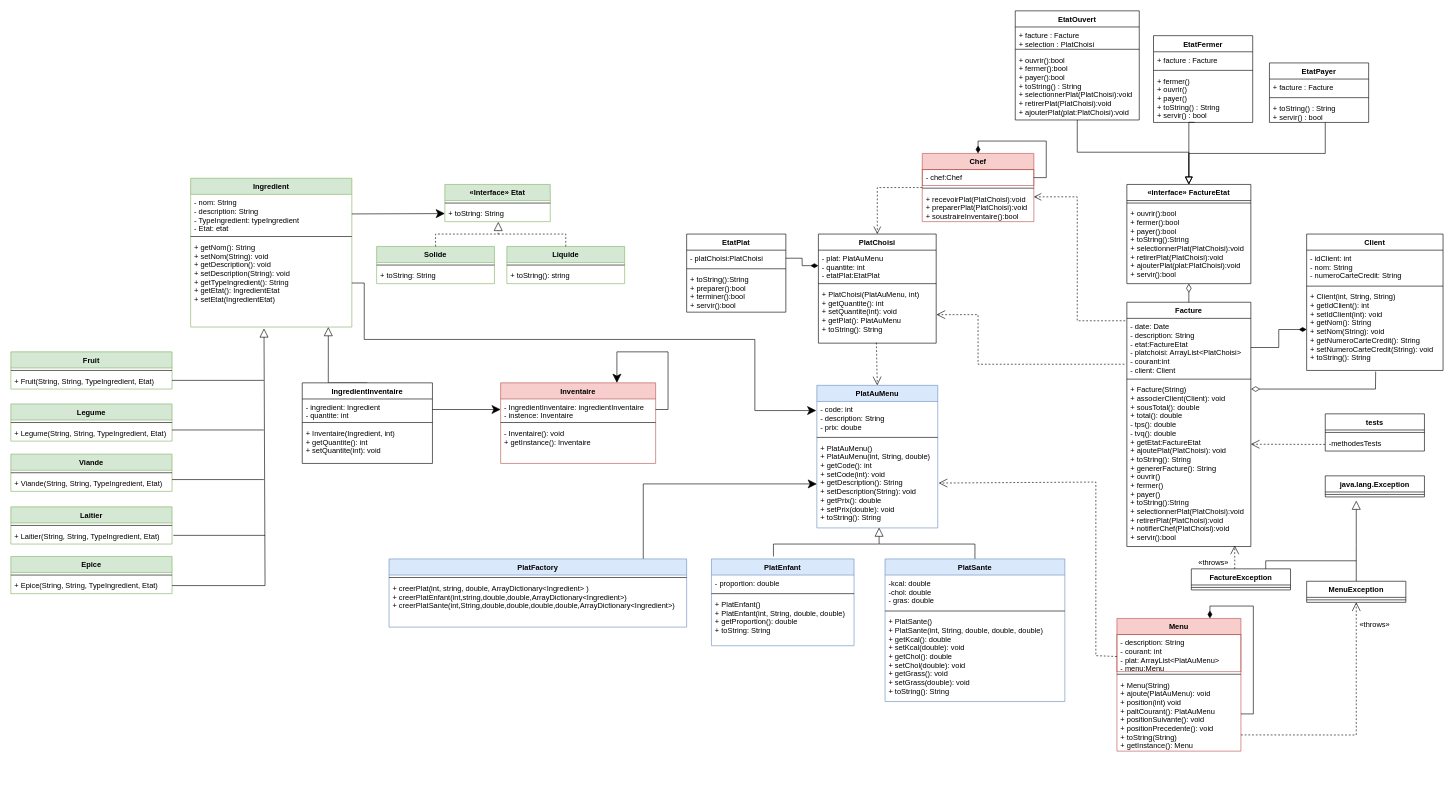
Earlier version of the draw.io diagram page "Page-1" (1 of 2) of MenuFact02.drawio (TaupePoilue/MenuFact02). Source tidied: cells renumbered, new cells numbered last; positions are measured from the earlier drawing's top-left corner, leaving out a move shared by most shapes. Both pictures are drawn from the tidied source at 62%, with x=0, y=0 at pixel (11, 11).
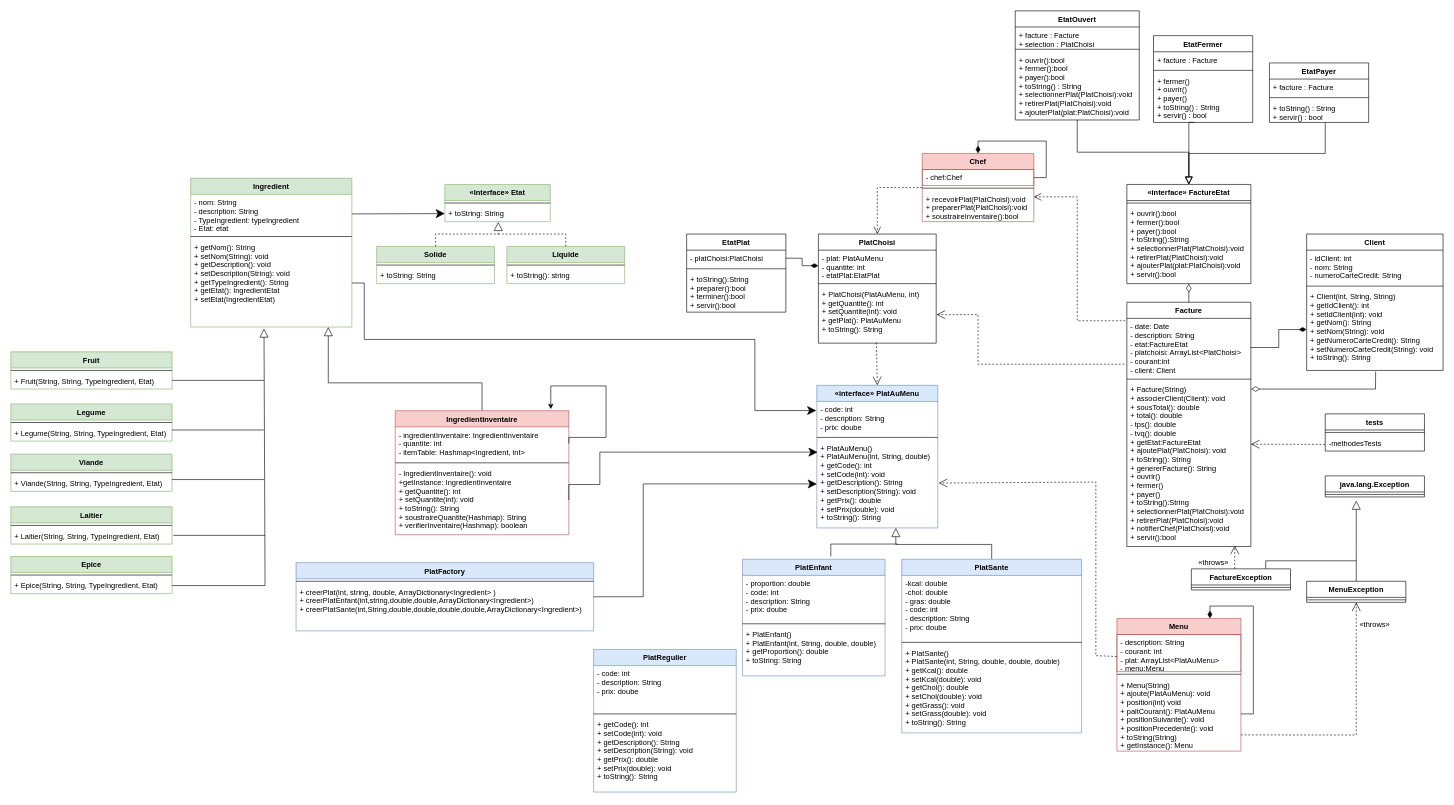
The same diagram, later.

The change refers to these unchanged cells:
```xml
<mxCell id="33" value="+ PlatAuMenu()&#10;+ PlatAuMenu(int, String, double)&#10;+ getCode(): int&#10;+ setCode(int): void&#10;+ getDescription(): String&#10;+ setDescription(String): void&#10;+ getPrix(): double&#10;+ setPrix(double): void&#10;+ toString(): String&#10;" style="text;strokeColor=none;fillColor=none;align=left;verticalAlign=top;spacingLeft=4;spacingRight=4;overflow=hidden;points=[[0,0.5],[1,0.5]];portConstraint=eastwest;" parent="30" vertex="1">
  <mxGeometry y="88" width="195" height="142" as="geometry" />
</mxCell>
```

Diff of the diagram source:
```diff
@@
-    <mxCell id="30" value="PlatAuMenu" style="swimlane;fontStyle=1;align=center;verticalAlign=top;horizontal=1;startSize=26;fillColor=#dae8fc;strokeColor=#6c8ebf;" parent="1" vertex="1">
+    <mxCell id="30" value="«interface» PlatAuMenu" style="swimlane;fontStyle=1;align=center;verticalAlign=top;horizontal=1;startSize=26;fillColor=#dae8fc;strokeColor=#6c8ebf;" parent="1" vertex="1">
       <mxGeometry x="1300" y="604" width="195" height="230" as="geometry" />
     </mxCell>
@@
     <mxCell id="34" value="PlatEnfant" style="swimlane;fontStyle=1;align=center;verticalAlign=top;horizontal=1;startSize=26;fillColor=#dae8fc;strokeColor=#6c8ebf;" parent="1" vertex="1">
-      <mxGeometry x="1130" y="884" width="230" height="140" as="geometry" />
+      <mxGeometry x="1180" y="884.6" width="230" height="188" as="geometry" />
     </mxCell>
-    <mxCell id="35" value="- proportion: double" style="text;strokeColor=none;fillColor=none;align=left;verticalAlign=top;spacingLeft=4;spacingRight=4;overflow=hidden;" parent="34" vertex="1">
-      <mxGeometry y="26" width="230" height="26" as="geometry" />
+    <mxCell id="35" value="- proportion: double&#10;- code: int&#10;- description: String&#10;- prix: doube&#10;" style="text;strokeColor=none;fillColor=none;align=left;verticalAlign=top;spacingLeft=4;spacingRight=4;overflow=hidden;" parent="34" vertex="1">
+      <mxGeometry y="26" width="230" height="74" as="geometry" />
     </mxCell>
     <mxCell id="36" style="line;strokeWidth=1;fillColor=none;align=left;verticalAlign=middle;spacingTop=-1;spacingLeft=3;spacingRight=3;labelPosition=right;" parent="34" vertex="1">
-      <mxGeometry y="52" width="230" height="8" as="geometry" />
+      <mxGeometry y="100" width="230" height="8" as="geometry" />
     </mxCell>
     <mxCell id="37" value="+ PlatEnfant()&#10;+ PlatEnfant(int, String, double, double)&#10;+ getProportion(): double&#10;+ toString: String" style="text;strokeColor=none;fillColor=none;align=left;verticalAlign=top;spacingLeft=4;spacingRight=4;overflow=hidden;" parent="34" vertex="1">
-      <mxGeometry y="60" width="230" height="80" as="geometry" />
+      <mxGeometry y="108" width="230" height="80" as="geometry" />
     </mxCell>
-    <mxCell id="38" style="edgeStyle=orthogonalEdgeStyle;rounded=0;jettySize=auto;html=1;exitX=0.5;exitY=0;exitDx=0;exitDy=0;entryX=0.515;entryY=0.996;entryDx=0;entryDy=0;entryPerimeter=0;endArrow=block;endFill=0;endSize=12;" parent="1" edge="1" source="39" target="33">
+    <mxCell id="38" style="edgeStyle=orthogonalEdgeStyle;rounded=0;jettySize=auto;html=1;exitX=0.5;exitY=0;exitDx=0;exitDy=0;entryX=0.515;entryY=0.996;entryDx=0;entryDy=0;entryPerimeter=0;endArrow=block;endFill=0;endSize=12;" parent="1" edge="1" source="39">
       <mxGeometry relative="1" as="geometry">
+        <mxPoint x="1427.4" y="834" as="targetPoint" />
         <Array as="points">
-          <mxPoint x="1555" y="860" />
-          <mxPoint x="1400" y="860" />
+          <mxPoint x="1582" y="860.6" />
+          <mxPoint x="1427" y="860.6" />
         </Array>
       </mxGeometry>
     </mxCell>
     <mxCell id="39" value="PlatSante" style="swimlane;fontStyle=1;align=center;verticalAlign=top;horizontal=1;startSize=26;fillColor=#dae8fc;strokeColor=#6c8ebf;" parent="1" vertex="1">
-      <mxGeometry x="1410" y="884" width="290" height="230" as="geometry" />
+      <mxGeometry x="1437" y="884.6" width="290" height="280" as="geometry" />
     </mxCell>
-    <mxCell id="40" value="-kcal: double&#10;-chol: double&#10;- gras: double" style="text;strokeColor=none;fillColor=none;align=left;verticalAlign=top;spacingLeft=4;spacingRight=4;overflow=hidden;" parent="39" vertex="1">
-      <mxGeometry y="26" width="290" height="54" as="geometry" />
+    <mxCell id="40" value="-kcal: double&#10;-chol: double&#10;- gras: double&#10;- code: int&#10;- description: String&#10;- prix: doube&#10;" style="text;strokeColor=none;fillColor=none;align=left;verticalAlign=top;spacingLeft=4;spacingRight=4;overflow=hidden;" parent="39" vertex="1">
+      <mxGeometry y="26" width="290" height="104" as="geometry" />
     </mxCell>
     <mxCell id="41" style="line;strokeWidth=1;fillColor=none;align=left;verticalAlign=middle;spacingTop=-1;spacingLeft=3;spacingRight=3;labelPosition=right;" parent="39" vertex="1">
-      <mxGeometry y="80" width="290" height="8" as="geometry" />
+      <mxGeometry y="130" width="290" height="8" as="geometry" />
     </mxCell>
     <mxCell id="42" value="+ PlatSante()&#10;+ PlatSante(int, String, double, double, double)&#10;+ getKcal(): double&#10;+ setKcal(double): void&#10;+ getChol(): double&#10;+ setChol(double): void&#10;+ getGrass(): void&#10;+ setGrass(double): void&#10;+ toString(): String" style="text;strokeColor=none;fillColor=none;align=left;verticalAlign=top;spacingLeft=4;spacingRight=4;overflow=hidden;" parent="39" vertex="1">
-      <mxGeometry y="88" width="290" height="142" as="geometry" />
+      <mxGeometry y="138" width="290" height="142" as="geometry" />
     </mxCell>
@@
     <mxCell id="44" style="endArrow=none;html=1;endSize=12;rounded=0;" parent="1" edge="1">
       <mxGeometry relative="1" as="geometry">
-        <mxPoint x="1230" y="880" as="sourcePoint" />
-        <mxPoint x="1400" y="860" as="targetPoint" />
+        <mxPoint x="1322.5" y="880" as="sourcePoint" />
+        <mxPoint x="1430" y="860" as="targetPoint" />
         <Array as="points">
-          <mxPoint x="1230" y="860" />
+          <mxPoint x="1322.5" y="860" />
         </Array>
       </mxGeometry>
     </mxCell>
@@
-    <mxCell id="105" value="IngredientInventaire" style="swimlane;fontStyle=1;align=center;verticalAlign=top;horizontal=1;startSize=26;" parent="1" vertex="1">
-      <mxGeometry x="470" y="600" width="210" height="130" as="geometry" />
+    <mxCell id="105" value="IngredientInventaire" style="swimlane;fontStyle=1;align=center;verticalAlign=top;horizontal=1;startSize=26;fillColor=#f8cecc;strokeColor=#b85450;" parent="1" vertex="1">
+      <mxGeometry x="620" y="645" width="280" height="200" as="geometry" />
     </mxCell>
+    <mxCell id="137" style="edgeStyle=orthogonalEdgeStyle;rounded=0;jettySize=auto;html=1;exitX=1;exitY=0.5;exitDx=0;exitDy=0;entryX=0.896;entryY=-0.013;entryDx=0;entryDy=0;entryPerimeter=0;" parent="105" edge="1" source="106" target="105">
+      <mxGeometry relative="1" as="geometry">
+        <Array as="points">
+          <mxPoint x="280" y="43" />
+          <mxPoint x="340" y="43" />
+          <mxPoint x="340" y="-40" />
+          <mxPoint x="251" y="-40" />
+        </Array>
+      </mxGeometry>
+    </mxCell>
-    <mxCell id="106" value="- ingredient: Ingredient&#10;- quantite: int" style="text;strokeColor=none;fillColor=none;align=left;verticalAlign=top;spacingLeft=4;spacingRight=4;overflow=hidden;points=[[0,0.5],[1,0.5]];portConstraint=eastwest;" parent="105" vertex="1">
-      <mxGeometry y="26" width="210" height="34" as="geometry" />
+    <mxCell id="106" value="- ingredientInventaire: IngredientInventaire&#10;- quantite: int&#10;- itemTable: Hashmap&lt;Ingredient, int&gt;" style="text;strokeColor=none;fillColor=none;align=left;verticalAlign=top;spacingLeft=4;spacingRight=4;overflow=hidden;points=[[0,0.5],[1,0.5]];portConstraint=eastwest;" parent="105" vertex="1">
+      <mxGeometry y="26" width="280" height="54" as="geometry" />
     </mxCell>
     <mxCell id="107" style="line;strokeWidth=1;fillColor=none;align=left;verticalAlign=middle;spacingTop=-1;spacingLeft=3;spacingRight=3;labelPosition=right;" parent="105" vertex="1">
-      <mxGeometry y="60" width="210" height="8" as="geometry" />
+      <mxGeometry y="80" width="280" height="8" as="geometry" />
     </mxCell>
-    <mxCell id="108" value="+ Inventaire(Ingredient, int)&#10;+ getQuantite(): int&#10;+ setQuantite(int): void&#10;" style="text;strokeColor=none;fillColor=none;align=left;verticalAlign=top;spacingLeft=4;spacingRight=4;overflow=hidden;points=[[0,0.5],[1,0.5]];portConstraint=eastwest;" parent="105" vertex="1">
-      <mxGeometry y="68" width="210" height="62" as="geometry" />
+    <mxCell id="108" value="- IngredientInventaire(): void&#10;+getInstance: IngredientInventaire&#10;+ getQuantite(): int&#10;+ setQuantite(int): void&#10;+ toString(): String&#10;+ soustraireQuantite(Hashmap): String&#10;+ verifierInventaire(Hashmap): boolean" style="text;strokeColor=none;fillColor=none;align=left;verticalAlign=top;spacingLeft=4;spacingRight=4;overflow=hidden;points=[[0,0.5],[1,0.5]];portConstraint=eastwest;" parent="105" vertex="1">
+      <mxGeometry y="88" width="280" height="112" as="geometry" />
     </mxCell>
@@
     <mxCell id="127" value="PlatFactory" style="swimlane;fontStyle=1;align=center;verticalAlign=top;horizontal=1;startSize=26;fillColor=#dae8fc;strokeColor=#6c8ebf;" parent="1" vertex="1">
-      <mxGeometry x="610" y="884" width="480" height="110" as="geometry" />
+      <mxGeometry x="460" y="890" width="480" height="110" as="geometry" />
     </mxCell>
@@
-    <mxCell id="131" value="Inventaire" style="swimlane;fontStyle=1;align=center;verticalAlign=top;horizontal=1;startSize=26;fillColor=#f8cecc;strokeColor=#b85450;" parent="1" vertex="1">
-      <mxGeometry x="790" y="600" width="250" height="130" as="geometry" />
-    </mxCell>
-    <mxCell id="132" style="edgeStyle=orthogonalEdgeStyle;rounded=0;jettySize=auto;html=1;exitX=1;exitY=0.5;exitDx=0;exitDy=0;entryX=0.75;entryY=0;entryDx=0;entryDy=0;endArrow=classic;endFill=1;endSize=12;" parent="131" edge="1" source="133" target="131">
-      <mxGeometry relative="1" as="geometry">
-        <Array as="points">
-          <mxPoint x="270" y="43" />
-          <mxPoint x="270" y="-50" />
-          <mxPoint x="188" y="-50" />
-        </Array>
-      </mxGeometry>
-    </mxCell>
-    <mxCell id="133" value="- IngredientInventaire: ingredientInventaire&#10;- instence: Inventaire" style="text;strokeColor=none;fillColor=none;align=left;verticalAlign=top;spacingLeft=4;spacingRight=4;overflow=hidden;points=[[0,0.5],[1,0.5]];portConstraint=eastwest;" parent="131" vertex="1">
-      <mxGeometry y="26" width="250" height="34" as="geometry" />
-    </mxCell>
-    <mxCell id="134" style="line;strokeWidth=1;fillColor=none;align=left;verticalAlign=middle;spacingTop=-1;spacingLeft=3;spacingRight=3;labelPosition=right;" parent="131" vertex="1">
-      <mxGeometry y="60" width="250" height="8" as="geometry" />
-    </mxCell>
-    <mxCell id="135" value="- Inventaire(): void&#10;+ getInstance(): Inventaire" style="text;strokeColor=none;fillColor=none;align=left;verticalAlign=top;spacingLeft=4;spacingRight=4;overflow=hidden;" parent="131" vertex="1">
-      <mxGeometry y="68" width="250" height="62" as="geometry" />
-    </mxCell>
-    <mxCell id="136" style="edgeStyle=orthogonalEdgeStyle;rounded=0;jettySize=auto;html=1;exitX=1;exitY=0.5;exitDx=0;exitDy=0;entryX=0;entryY=0.5;entryDx=0;entryDy=0;endArrow=classic;endFill=1;endSize=12;" parent="1" edge="1" source="106" target="133">
-      <mxGeometry relative="1" as="geometry" />
-    </mxCell>
+    <mxCell id="138" style="edgeStyle=orthogonalEdgeStyle;rounded=0;jettySize=auto;html=1;exitX=1;exitY=0.5;exitDx=0;exitDy=0;entryX=0.006;entryY=0.139;entryDx=0;entryDy=0;entryPerimeter=0;endArrow=classic;endFill=1;endSize=12;" parent="1" edge="1" source="108" target="33">
+      <mxGeometry relative="1" as="geometry">
+        <Array as="points">
+          <mxPoint x="950" y="764" />
+          <mxPoint x="950" y="712" />
+        </Array>
+      </mxGeometry>
+    </mxCell>
+    <mxCell id="139" value="PlatRegulier" style="swimlane;fontStyle=1;align=center;verticalAlign=top;horizontal=1;startSize=26;fillColor=#dae8fc;strokeColor=#6c8ebf;" parent="1" vertex="1">
+      <mxGeometry x="940" y="1030" width="230" height="230" as="geometry" />
+    </mxCell>
+    <mxCell id="140" value="- code: int&#10;- description: String&#10;- prix: doube&#10;" style="text;strokeColor=none;fillColor=none;align=left;verticalAlign=top;spacingLeft=4;spacingRight=4;overflow=hidden;" parent="139" vertex="1">
+      <mxGeometry y="26" width="230" height="74" as="geometry" />
+    </mxCell>
+    <mxCell id="141" style="line;strokeWidth=1;fillColor=none;align=left;verticalAlign=middle;spacingTop=-1;spacingLeft=3;spacingRight=3;labelPosition=right;" parent="139" vertex="1">
+      <mxGeometry y="100" width="230" height="8" as="geometry" />
+    </mxCell>
+    <mxCell id="142" value="+ getCode(): int&#10;+ setCode(int): void&#10;+ getDescription(): String&#10;+ setDescription(String): void&#10;+ getPrix(): double&#10;+ setPrix(double): void&#10;+ toString(): String" style="text;strokeColor=none;fillColor=none;align=left;verticalAlign=top;spacingLeft=4;spacingRight=4;overflow=hidden;" parent="139" vertex="1">
+      <mxGeometry y="108" width="230" height="122" as="geometry" />
+    </mxCell>
```
